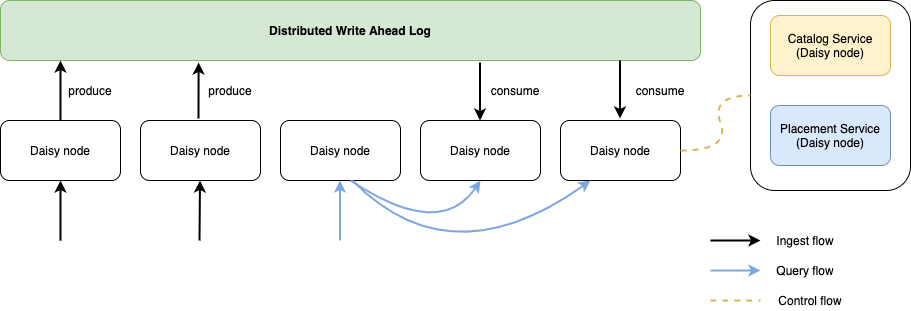
Above: design/daisy-high-level-arch.png in timeplus-io/proton (draw.io), before the change. Source tidied: cells renumbered, new cells last; positions are measured from the earlier drawing's top-left corner, leaving out a move shared by most shapes. Source of this version:
```xml
<mxGraphModel>
  <root>
    <mxCell id="0" />
    <mxCell id="1" parent="0" />
    <mxCell id="2" style="rounded=1;whiteSpace=wrap;html=1;fillColor=#FFFFFF;" parent="1" vertex="1">
      <mxGeometry x="750" width="160" height="190" as="geometry" />
    </mxCell>
    <mxCell id="3" value="Daisy node" style="rounded=1;whiteSpace=wrap;html=1;" parent="1" vertex="1">
      <mxGeometry y="120" width="120" height="60" as="geometry" />
    </mxCell>
    <mxCell id="4" value="Daisy node" style="rounded=1;whiteSpace=wrap;html=1;" parent="1" vertex="1">
      <mxGeometry x="140" y="120" width="120" height="60" as="geometry" />
    </mxCell>
    <mxCell id="5" value="&lt;b&gt;Distributed Write Ahead Log&lt;/b&gt;" style="rounded=1;whiteSpace=wrap;html=1;strokeColor=#82b366;fillColor=#d5e8d4;" parent="1" vertex="1">
      <mxGeometry width="700" height="60" as="geometry" />
    </mxCell>
    <mxCell id="6" value="Daisy node" style="rounded=1;whiteSpace=wrap;html=1;" parent="1" vertex="1">
      <mxGeometry x="280" y="120" width="120" height="60" as="geometry" />
    </mxCell>
    <mxCell id="7" value="Daisy node" style="rounded=1;whiteSpace=wrap;html=1;" parent="1" vertex="1">
      <mxGeometry x="420" y="120" width="120" height="60" as="geometry" />
    </mxCell>
    <mxCell id="8" value="Catalog Service&lt;br&gt;(Daisy node)" style="rounded=1;whiteSpace=wrap;html=1;fillColor=#fff2cc;strokeColor=#d6b656;" parent="1" vertex="1">
      <mxGeometry x="770" y="15" width="120" height="60" as="geometry" />
    </mxCell>
    <mxCell id="9" value="Placement Service&lt;br&gt;(Daisy node)" style="rounded=1;whiteSpace=wrap;html=1;fillColor=#dae8fc;strokeColor=#6c8ebf;" parent="1" vertex="1">
      <mxGeometry x="770" y="105" width="120" height="60" as="geometry" />
    </mxCell>
    <mxCell id="10" style="endArrow=classic;html=1;strokeWidth=2;" parent="1" edge="1">
      <mxGeometry relative="1" as="geometry">
        <mxPoint x="60" y="240" as="sourcePoint" />
        <mxPoint x="60" y="180" as="targetPoint" />
      </mxGeometry>
    </mxCell>
    <mxCell id="11" style="endArrow=classic;html=1;strokeWidth=2;" parent="1" edge="1">
      <mxGeometry relative="1" as="geometry">
        <mxPoint x="60" y="120" as="sourcePoint" />
        <mxPoint x="60" y="60" as="targetPoint" />
      </mxGeometry>
    </mxCell>
    <mxCell id="12" style="endArrow=classic;html=1;entryX=0.283;entryY=1.033;entryDx=0;entryDy=0;entryPerimeter=0;strokeWidth=2;" parent="1" edge="1" target="5">
      <mxGeometry relative="1" as="geometry">
        <mxPoint x="198" y="118" as="sourcePoint" />
      </mxGeometry>
    </mxCell>
    <mxCell id="13" style="endArrow=classic;html=1;strokeWidth=2;" parent="1" edge="1">
      <mxGeometry relative="1" as="geometry">
        <mxPoint x="479.5" y="62" as="sourcePoint" />
        <mxPoint x="479.5" y="120" as="targetPoint" />
      </mxGeometry>
    </mxCell>
    <mxCell id="14" style="endArrow=classic;html=1;strokeWidth=2;" parent="1" edge="1">
      <mxGeometry relative="1" as="geometry">
        <mxPoint x="199" y="240" as="sourcePoint" />
        <mxPoint x="199.5" y="180" as="targetPoint" />
      </mxGeometry>
    </mxCell>
    <mxCell id="15" value="produce" style="text;html=1;strokeColor=none;fillColor=none;align=center;verticalAlign=middle;whiteSpace=wrap;rounded=0;" parent="1" vertex="1">
      <mxGeometry x="70" y="80" width="40" height="20" as="geometry" />
    </mxCell>
    <mxCell id="16" value="produce" style="text;html=1;strokeColor=none;fillColor=none;align=center;verticalAlign=middle;whiteSpace=wrap;rounded=0;" parent="1" vertex="1">
      <mxGeometry x="210" y="80" width="40" height="20" as="geometry" />
    </mxCell>
    <mxCell id="17" value="consume" style="text;html=1;strokeColor=none;fillColor=none;align=center;verticalAlign=middle;whiteSpace=wrap;rounded=0;" parent="1" vertex="1">
      <mxGeometry x="640" y="80" width="40" height="20" as="geometry" />
    </mxCell>
    <mxCell id="18" value="consume" style="text;html=1;strokeColor=none;fillColor=none;align=center;verticalAlign=middle;whiteSpace=wrap;rounded=0;" parent="1" vertex="1">
      <mxGeometry x="490" y="80" width="50" height="20" as="geometry" />
    </mxCell>
    <mxCell id="19" style="endArrow=classic;html=1;strokeColor=#7EA6E0;strokeWidth=2;" parent="1" edge="1">
      <mxGeometry relative="1" as="geometry">
        <mxPoint x="339.5" y="240" as="sourcePoint" />
        <mxPoint x="339.5" y="180" as="targetPoint" />
      </mxGeometry>
    </mxCell>
    <mxCell id="20" value="Daisy node" style="rounded=1;whiteSpace=wrap;html=1;" parent="1" vertex="1">
      <mxGeometry x="560" y="120" width="120" height="60" as="geometry" />
    </mxCell>
    <mxCell id="21" style="curved=1;endArrow=classic;html=1;strokeColor=#7EA6E0;entryX=0.5;entryY=1;entryDx=0;entryDy=0;strokeWidth=2;" parent="1" edge="1" target="7">
      <mxGeometry relative="1" as="geometry">
        <mxPoint x="350" y="180" as="sourcePoint" />
        <Array as="points">
          <mxPoint x="440" y="240" />
        </Array>
      </mxGeometry>
    </mxCell>
    <mxCell id="22" style="curved=1;endArrow=classic;html=1;strokeColor=#7EA6E0;entryX=0.25;entryY=1;entryDx=0;entryDy=0;exitX=0.6;exitY=1;exitDx=0;exitDy=0;exitPerimeter=0;strokeWidth=2;" parent="1" edge="1" source="6" target="20">
      <mxGeometry relative="1" as="geometry">
        <Array as="points">
          <mxPoint x="450" y="280" />
        </Array>
      </mxGeometry>
    </mxCell>
    <mxCell id="23" style="endArrow=classic;html=1;strokeWidth=2;" parent="1" edge="1">
      <mxGeometry relative="1" as="geometry">
        <mxPoint x="619.5" y="60" as="sourcePoint" />
        <mxPoint x="619.5" y="118" as="targetPoint" />
      </mxGeometry>
    </mxCell>
    <mxCell id="24" style="curved=1;endArrow=none;html=1;strokeColor=#d6b656;endFill=0;dashed=1;entryX=0;entryY=0.5;entryDx=0;entryDy=0;fillColor=#fff2cc;strokeWidth=2;" parent="1" edge="1" target="2">
      <mxGeometry relative="1" as="geometry">
        <mxPoint x="680" y="150" as="sourcePoint" />
        <Array as="points">
          <mxPoint x="730" y="150" />
          <mxPoint x="710" y="95" />
        </Array>
      </mxGeometry>
    </mxCell>
    <mxCell id="25" style="endArrow=classic;html=1;strokeWidth=2;" parent="1" edge="1" target="26">
      <mxGeometry relative="1" as="geometry">
        <mxPoint x="710" y="240" as="sourcePoint" />
      </mxGeometry>
    </mxCell>
    <mxCell id="26" value="Ingest flow" style="text;html=1;strokeColor=none;fillColor=none;align=center;verticalAlign=middle;whiteSpace=wrap;rounded=0;" parent="1" vertex="1">
      <mxGeometry x="760" y="230" width="90" height="20" as="geometry" />
    </mxCell>
    <mxCell id="27" style="endArrow=classic;html=1;strokeColor=#7EA6E0;strokeWidth=2;" parent="1" edge="1">
      <mxGeometry relative="1" as="geometry">
        <mxPoint x="710" y="270" as="sourcePoint" />
        <mxPoint x="760" y="270" as="targetPoint" />
      </mxGeometry>
    </mxCell>
    <mxCell id="28" value="Query flow" style="text;html=1;strokeColor=none;fillColor=none;align=center;verticalAlign=middle;whiteSpace=wrap;rounded=0;" parent="1" vertex="1">
      <mxGeometry x="760" y="260" width="90" height="20" as="geometry" />
    </mxCell>
    <mxCell id="29" style="curved=1;endArrow=none;html=1;strokeColor=#d6b656;endFill=0;dashed=1;fillColor=#fff2cc;strokeWidth=2;" parent="1" edge="1">
      <mxGeometry relative="1" as="geometry">
        <mxPoint x="710" y="300" as="sourcePoint" />
        <mxPoint x="760" y="300" as="targetPoint" />
      </mxGeometry>
    </mxCell>
    <mxCell id="30" value="Control flow" style="text;html=1;strokeColor=none;fillColor=none;align=center;verticalAlign=middle;whiteSpace=wrap;rounded=0;" parent="1" vertex="1">
      <mxGeometry x="770" y="290" width="80" height="20" as="geometry" />
    </mxCell>
  </root>
</mxGraphModel>
```
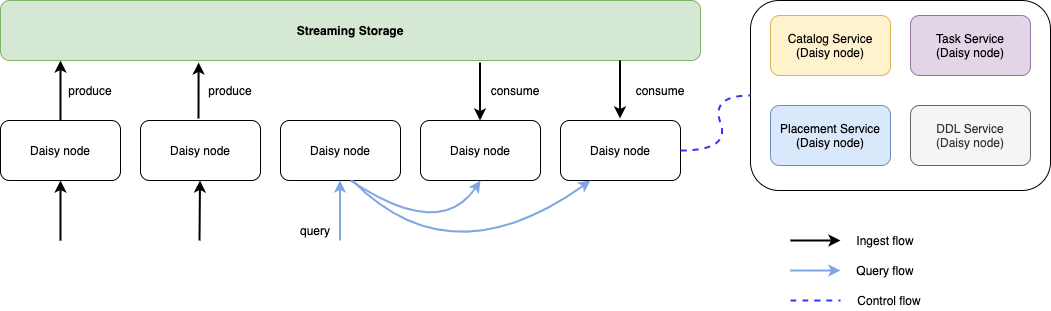
The same diagram one commit later.

The edit, as a diff of the source:
```diff
@@ -3,7 +3,7 @@
     <mxCell id="0" />
     <mxCell id="1" parent="0" />
     <mxCell id="2" style="rounded=1;whiteSpace=wrap;html=1;fillColor=#FFFFFF;" parent="1" vertex="1">
-      <mxGeometry x="750" width="160" height="190" as="geometry" />
+      <mxGeometry x="750" width="300" height="190" as="geometry" />
     </mxCell>
     <mxCell id="3" value="Daisy node" style="rounded=1;whiteSpace=wrap;html=1;" parent="1" vertex="1">
       <mxGeometry y="120" width="120" height="60" as="geometry" />
@@ -11,7 +11,7 @@
     <mxCell id="4" value="Daisy node" style="rounded=1;whiteSpace=wrap;html=1;" parent="1" vertex="1">
       <mxGeometry x="140" y="120" width="120" height="60" as="geometry" />
     </mxCell>
-    <mxCell id="5" value="&lt;b&gt;Distributed Write Ahead Log&lt;/b&gt;" style="rounded=1;whiteSpace=wrap;html=1;strokeColor=#82b366;fillColor=#d5e8d4;" parent="1" vertex="1">
+    <mxCell id="5" value="&lt;b&gt;Streaming Storage&lt;/b&gt;" style="rounded=1;whiteSpace=wrap;html=1;strokeColor=#82b366;fillColor=#d5e8d4;" parent="1" vertex="1">
       <mxGeometry width="700" height="60" as="geometry" />
     </mxCell>
     <mxCell id="6" value="Daisy node" style="rounded=1;whiteSpace=wrap;html=1;" parent="1" vertex="1">
@@ -97,7 +97,7 @@
         <mxPoint x="619.5" y="118" as="targetPoint" />
       </mxGeometry>
     </mxCell>
-    <mxCell id="24" style="curved=1;endArrow=none;html=1;strokeColor=#d6b656;endFill=0;dashed=1;entryX=0;entryY=0.5;entryDx=0;entryDy=0;fillColor=#fff2cc;strokeWidth=2;" parent="1" edge="1" target="2">
+    <mxCell id="24" style="curved=1;endArrow=none;html=1;endFill=0;dashed=1;entryX=0;entryY=0.5;entryDx=0;entryDy=0;fillColor=#fff2cc;strokeWidth=2;strokeColor=#3333FF;" parent="1" edge="1" target="2">
       <mxGeometry relative="1" as="geometry">
         <mxPoint x="680" y="150" as="sourcePoint" />
         <Array as="points">
@@ -108,29 +108,38 @@
     </mxCell>
     <mxCell id="25" style="endArrow=classic;html=1;strokeWidth=2;" parent="1" edge="1" target="26">
       <mxGeometry relative="1" as="geometry">
-        <mxPoint x="710" y="240" as="sourcePoint" />
+        <mxPoint x="790" y="240" as="sourcePoint" />
       </mxGeometry>
     </mxCell>
     <mxCell id="26" value="Ingest flow" style="text;html=1;strokeColor=none;fillColor=none;align=center;verticalAlign=middle;whiteSpace=wrap;rounded=0;" parent="1" vertex="1">
-      <mxGeometry x="760" y="230" width="90" height="20" as="geometry" />
+      <mxGeometry x="840" y="230" width="90" height="20" as="geometry" />
     </mxCell>
     <mxCell id="27" style="endArrow=classic;html=1;strokeColor=#7EA6E0;strokeWidth=2;" parent="1" edge="1">
       <mxGeometry relative="1" as="geometry">
-        <mxPoint x="710" y="270" as="sourcePoint" />
-        <mxPoint x="760" y="270" as="targetPoint" />
+        <mxPoint x="790" y="270" as="sourcePoint" />
+        <mxPoint x="840" y="270" as="targetPoint" />
       </mxGeometry>
     </mxCell>
     <mxCell id="28" value="Query flow" style="text;html=1;strokeColor=none;fillColor=none;align=center;verticalAlign=middle;whiteSpace=wrap;rounded=0;" parent="1" vertex="1">
-      <mxGeometry x="760" y="260" width="90" height="20" as="geometry" />
+      <mxGeometry x="840" y="260" width="90" height="20" as="geometry" />
     </mxCell>
-    <mxCell id="29" style="curved=1;endArrow=none;html=1;strokeColor=#d6b656;endFill=0;dashed=1;fillColor=#fff2cc;strokeWidth=2;" parent="1" edge="1">
+    <mxCell id="29" style="curved=1;endArrow=none;html=1;endFill=0;dashed=1;fillColor=#fff2cc;strokeWidth=2;strokeColor=#3333FF;" parent="1" edge="1">
       <mxGeometry relative="1" as="geometry">
-        <mxPoint x="710" y="300" as="sourcePoint" />
-        <mxPoint x="760" y="300" as="targetPoint" />
+        <mxPoint x="790" y="300" as="sourcePoint" />
+        <mxPoint x="840" y="300" as="targetPoint" />
       </mxGeometry>
     </mxCell>
     <mxCell id="30" value="Control flow" style="text;html=1;strokeColor=none;fillColor=none;align=center;verticalAlign=middle;whiteSpace=wrap;rounded=0;" parent="1" vertex="1">
-      <mxGeometry x="770" y="290" width="80" height="20" as="geometry" />
+      <mxGeometry x="849" y="290" width="80" height="20" as="geometry" />
     </mxCell>
+    <mxCell id="31" value="query" style="text;html=1;strokeColor=none;fillColor=none;align=center;verticalAlign=middle;whiteSpace=wrap;rounded=0;" parent="1" vertex="1">
+      <mxGeometry x="290" y="220" width="50" height="20" as="geometry" />
+    </mxCell>
+    <mxCell id="32" value="Task Service&lt;br&gt;(Daisy node)" style="rounded=1;whiteSpace=wrap;html=1;fillColor=#e1d5e7;strokeColor=#9673a6;" parent="1" vertex="1">
+      <mxGeometry x="910" y="15" width="120" height="60" as="geometry" />
+    </mxCell>
+    <mxCell id="33" value="DDL Service&lt;br&gt;(Daisy node)" style="rounded=1;whiteSpace=wrap;html=1;fillColor=#f5f5f5;strokeColor=#666666;fontColor=#333333;" parent="1" vertex="1">
+      <mxGeometry x="910" y="105" width="120" height="60" as="geometry" />
+    </mxCell>
   </root>
 </mxGraphModel>
```
